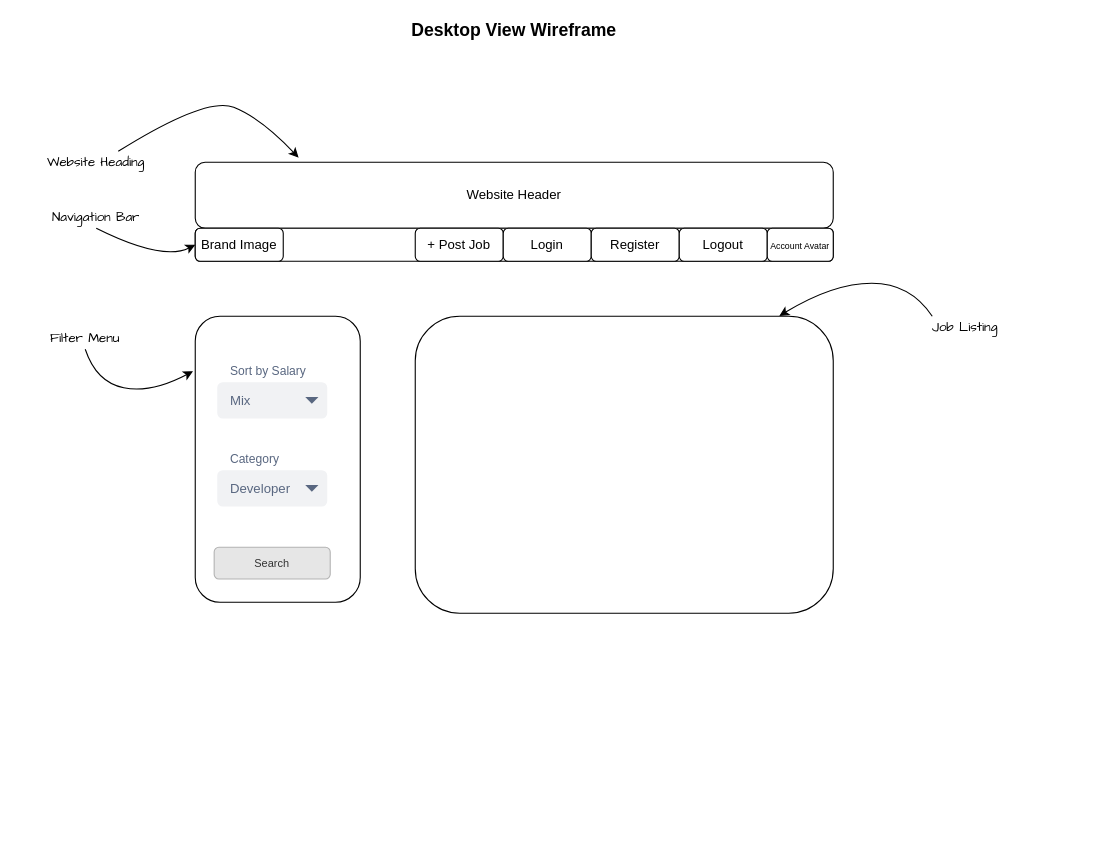
Earlier version of the draw.io diagram page "Home Page Wireframe" (3 of 3) of miyabi bonsai .drawio (aungkoman/html_test). Source tidied: cells renumbered, new cells numbered last; positions are measured from the earlier drawing's top-left corner, leaving out a move shared by most shapes. Both pictures are drawn from the tidied source at 110%, with x=0, y=0 at pixel (19, 19).
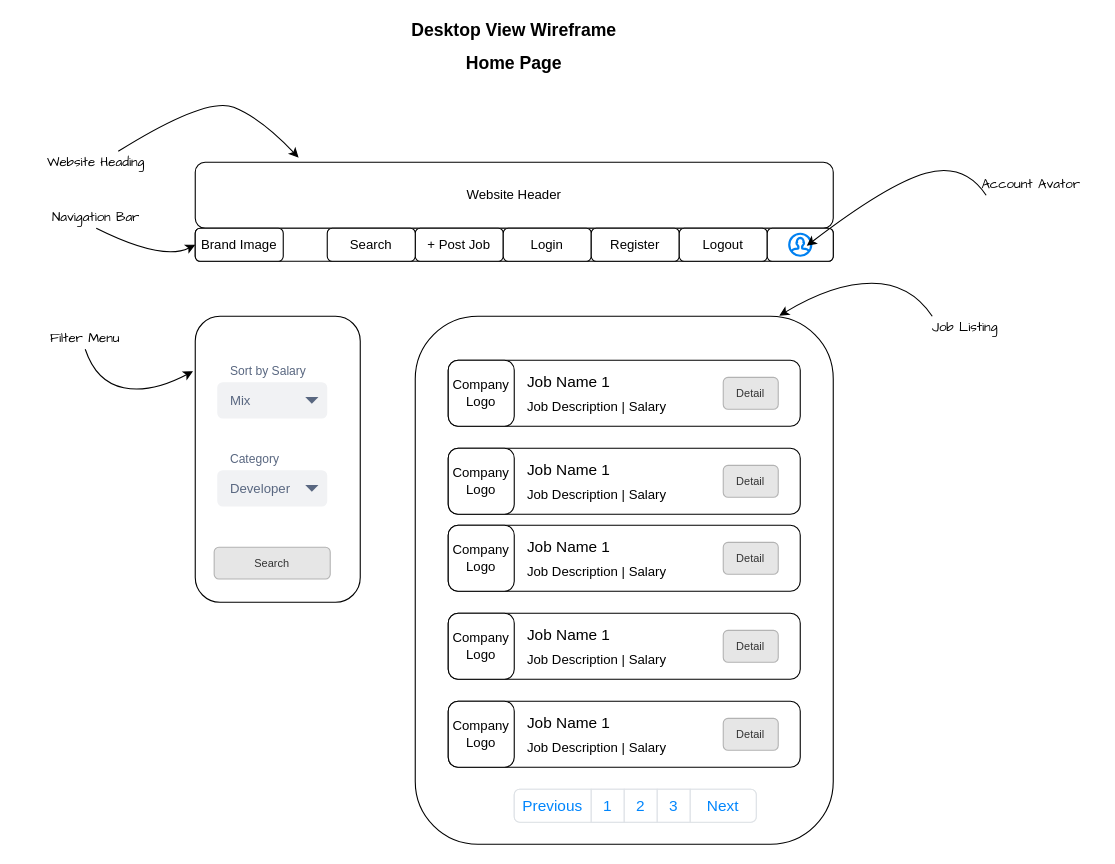
The same page after the edit.

Commit message:
home page wireframe update

Change to the diagram source:
```diff
@@
-    <mxCell id="10" value="&lt;font style=&quot;font-size: 8px&quot;&gt;Account Avatar&lt;/font&gt;" style="rounded=1;whiteSpace=wrap;html=1;" parent="1" vertex="1">
+    <mxCell id="10" style="rounded=1;whiteSpace=wrap;html=1;" parent="1" vertex="1">
       <mxGeometry x="680" y="190" width="60" height="30" as="geometry" />
     </mxCell>
@@
     <mxCell id="25" style="rounded=1;whiteSpace=wrap;html=1;" parent="1" vertex="1">
-      <mxGeometry x="360" y="270" width="380" height="270" as="geometry" />
+      <mxGeometry x="360" y="270" width="380" height="480" as="geometry" />
     </mxCell>
@@
+    <mxCell id="28" style="group;" parent="1" vertex="1">
+      <mxGeometry x="390" y="310" width="320" height="60" as="geometry" />
+    </mxCell>
+    <mxCell id="29" style="rounded=1;whiteSpace=wrap;html=1;" parent="28" vertex="1">
+      <mxGeometry width="320" height="60" as="geometry" />
+    </mxCell>
+    <mxCell id="30" value="&lt;font style=&quot;font-size: 14px&quot;&gt;Job Name 1&lt;/font&gt;" style="text;html=1;strokeColor=none;fillColor=none;align=left;verticalAlign=middle;whiteSpace=wrap;rounded=0;" parent="28" vertex="1">
+      <mxGeometry x="70" y="10" width="85" height="20" as="geometry" />
+    </mxCell>
+    <mxCell id="31" value="Job Description | Salary" style="text;html=1;strokeColor=none;fillColor=none;align=left;verticalAlign=middle;whiteSpace=wrap;rounded=0;" parent="28" vertex="1">
+      <mxGeometry x="70" y="33" width="140" height="20" as="geometry" />
+    </mxCell>
+    <mxCell id="32" value="Detail" style="rounded=1;html=1;shadow=0;dashed=0;whiteSpace=wrap;fontSize=10;fillColor=#E6E6E6;align=center;strokeColor=#B3B3B3;fontColor=#333333;" parent="28" vertex="1">
+      <mxGeometry x="250" y="15.6" width="50" height="28.9" as="geometry" />
+    </mxCell>
+    <mxCell id="33" value="Company Logo" style="rounded=1;whiteSpace=wrap;html=1;" parent="28" vertex="1">
+      <mxGeometry width="60" height="60" as="geometry" />
+    </mxCell>
+    <mxCell id="34" style="group;" parent="1" vertex="1">
+      <mxGeometry x="390" y="390" width="320" height="60" as="geometry" />
+    </mxCell>
+    <mxCell id="35" style="rounded=1;whiteSpace=wrap;html=1;" parent="34" vertex="1">
+      <mxGeometry width="320" height="60" as="geometry" />
+    </mxCell>
+    <mxCell id="36" value="&lt;font style=&quot;font-size: 14px&quot;&gt;Job Name 1&lt;/font&gt;" style="text;html=1;strokeColor=none;fillColor=none;align=left;verticalAlign=middle;whiteSpace=wrap;rounded=0;" parent="34" vertex="1">
+      <mxGeometry x="70" y="10" width="85" height="20" as="geometry" />
+    </mxCell>
+    <mxCell id="37" value="Job Description | Salary" style="text;html=1;strokeColor=none;fillColor=none;align=left;verticalAlign=middle;whiteSpace=wrap;rounded=0;" parent="34" vertex="1">
+      <mxGeometry x="70" y="33" width="140" height="20" as="geometry" />
+    </mxCell>
+    <mxCell id="38" value="Detail" style="rounded=1;html=1;shadow=0;dashed=0;whiteSpace=wrap;fontSize=10;fillColor=#E6E6E6;align=center;strokeColor=#B3B3B3;fontColor=#333333;" parent="34" vertex="1">
+      <mxGeometry x="250" y="15.6" width="50" height="28.9" as="geometry" />
+    </mxCell>
+    <mxCell id="39" value="Company Logo" style="rounded=1;whiteSpace=wrap;html=1;" parent="34" vertex="1">
+      <mxGeometry width="60" height="60" as="geometry" />
+    </mxCell>
+    <mxCell id="40" style="group;" parent="1" vertex="1">
+      <mxGeometry x="390" y="460" width="320" height="60" as="geometry" />
+    </mxCell>
+    <mxCell id="41" style="rounded=1;whiteSpace=wrap;html=1;" parent="40" vertex="1">
+      <mxGeometry width="320" height="60" as="geometry" />
+    </mxCell>
+    <mxCell id="42" value="&lt;font style=&quot;font-size: 14px&quot;&gt;Job Name 1&lt;/font&gt;" style="text;html=1;strokeColor=none;fillColor=none;align=left;verticalAlign=middle;whiteSpace=wrap;rounded=0;" parent="40" vertex="1">
+      <mxGeometry x="70" y="10" width="85" height="20" as="geometry" />
+    </mxCell>
+    <mxCell id="43" value="Job Description | Salary" style="text;html=1;strokeColor=none;fillColor=none;align=left;verticalAlign=middle;whiteSpace=wrap;rounded=0;" parent="40" vertex="1">
+      <mxGeometry x="70" y="33" width="140" height="20" as="geometry" />
+    </mxCell>
+    <mxCell id="44" value="Detail" style="rounded=1;html=1;shadow=0;dashed=0;whiteSpace=wrap;fontSize=10;fillColor=#E6E6E6;align=center;strokeColor=#B3B3B3;fontColor=#333333;" parent="40" vertex="1">
+      <mxGeometry x="250" y="15.6" width="50" height="28.9" as="geometry" />
+    </mxCell>
+    <mxCell id="45" value="Company Logo" style="rounded=1;whiteSpace=wrap;html=1;" parent="40" vertex="1">
+      <mxGeometry width="60" height="60" as="geometry" />
+    </mxCell>
+    <mxCell id="46" style="group;" parent="1" vertex="1">
+      <mxGeometry x="390" y="540" width="320" height="60" as="geometry" />
+    </mxCell>
+    <mxCell id="47" style="rounded=1;whiteSpace=wrap;html=1;" parent="46" vertex="1">
+      <mxGeometry width="320" height="60" as="geometry" />
+    </mxCell>
+    <mxCell id="48" value="&lt;font style=&quot;font-size: 14px&quot;&gt;Job Name 1&lt;/font&gt;" style="text;html=1;strokeColor=none;fillColor=none;align=left;verticalAlign=middle;whiteSpace=wrap;rounded=0;" parent="46" vertex="1">
+      <mxGeometry x="70" y="10" width="85" height="20" as="geometry" />
+    </mxCell>
+    <mxCell id="49" value="Job Description | Salary" style="text;html=1;strokeColor=none;fillColor=none;align=left;verticalAlign=middle;whiteSpace=wrap;rounded=0;" parent="46" vertex="1">
+      <mxGeometry x="70" y="33" width="140" height="20" as="geometry" />
+    </mxCell>
+    <mxCell id="50" value="Detail" style="rounded=1;html=1;shadow=0;dashed=0;whiteSpace=wrap;fontSize=10;fillColor=#E6E6E6;align=center;strokeColor=#B3B3B3;fontColor=#333333;" parent="46" vertex="1">
+      <mxGeometry x="250" y="15.6" width="50" height="28.9" as="geometry" />
+    </mxCell>
+    <mxCell id="51" value="Company Logo" style="rounded=1;whiteSpace=wrap;html=1;" parent="46" vertex="1">
+      <mxGeometry width="60" height="60" as="geometry" />
+    </mxCell>
+    <mxCell id="52" style="group;" parent="1" vertex="1">
+      <mxGeometry x="390" y="620" width="320" height="60" as="geometry" />
+    </mxCell>
+    <mxCell id="53" style="rounded=1;whiteSpace=wrap;html=1;" parent="52" vertex="1">
+      <mxGeometry width="320" height="60" as="geometry" />
+    </mxCell>
+    <mxCell id="54" value="&lt;font style=&quot;font-size: 14px&quot;&gt;Job Name 1&lt;/font&gt;" style="text;html=1;strokeColor=none;fillColor=none;align=left;verticalAlign=middle;whiteSpace=wrap;rounded=0;" parent="52" vertex="1">
+      <mxGeometry x="70" y="10" width="85" height="20" as="geometry" />
+    </mxCell>
+    <mxCell id="55" value="Job Description | Salary" style="text;html=1;strokeColor=none;fillColor=none;align=left;verticalAlign=middle;whiteSpace=wrap;rounded=0;" parent="52" vertex="1">
+      <mxGeometry x="70" y="33" width="140" height="20" as="geometry" />
+    </mxCell>
+    <mxCell id="56" value="Detail" style="rounded=1;html=1;shadow=0;dashed=0;whiteSpace=wrap;fontSize=10;fillColor=#E6E6E6;align=center;strokeColor=#B3B3B3;fontColor=#333333;" parent="52" vertex="1">
+      <mxGeometry x="250" y="15.6" width="50" height="28.9" as="geometry" />
+    </mxCell>
+    <mxCell id="57" value="Company Logo" style="rounded=1;whiteSpace=wrap;html=1;" parent="52" vertex="1">
+      <mxGeometry width="60" height="60" as="geometry" />
+    </mxCell>
+    <mxCell id="58" style="html=1;shadow=0;dashed=0;shape=mxgraph.bootstrap.rrect;rSize=5;strokeColor=#DEE2E6;html=1;whiteSpace=wrap;fillColor=#ffffff;fontColor=#0085FC;fontSize=14;" parent="1" vertex="1">
+      <mxGeometry x="450" y="700" width="220" height="30" as="geometry" />
+    </mxCell>
+    <mxCell id="59" value="Previous" style="strokeColor=inherit;fillColor=inherit;gradientColor=inherit;fontColor=inherit;html=1;shadow=0;dashed=0;shape=mxgraph.bootstrap.leftButton;rSize=5;perimeter=none;whiteSpace=wrap;fontSize=14;" parent="58" vertex="1">
+      <mxGeometry width="70" height="30" relative="1" as="geometry" />
+    </mxCell>
+    <mxCell id="60" value="1" style="strokeColor=inherit;fillColor=inherit;gradientColor=inherit;fontColor=inherit;html=1;shadow=0;dashed=0;perimeter=none;whiteSpace=wrap;fontSize=14;" parent="58" vertex="1">
+      <mxGeometry width="30" height="30" relative="1" as="geometry">
+        <mxPoint x="70" as="offset" />
+      </mxGeometry>
+    </mxCell>
+    <mxCell id="61" value="2" style="strokeColor=inherit;fillColor=inherit;gradientColor=inherit;fontColor=inherit;html=1;shadow=0;dashed=0;perimeter=none;whiteSpace=wrap;fontSize=14;" parent="58" vertex="1">
+      <mxGeometry width="30" height="30" relative="1" as="geometry">
+        <mxPoint x="100" as="offset" />
+      </mxGeometry>
+    </mxCell>
+    <mxCell id="62" value="3" style="strokeColor=inherit;fillColor=inherit;gradientColor=inherit;fontColor=inherit;html=1;shadow=0;dashed=0;perimeter=none;whiteSpace=wrap;fontSize=14;" parent="58" vertex="1">
+      <mxGeometry width="30" height="30" relative="1" as="geometry">
+        <mxPoint x="130" as="offset" />
+      </mxGeometry>
+    </mxCell>
+    <mxCell id="63" value="Next" style="strokeColor=inherit;fillColor=inherit;gradientColor=inherit;fontColor=inherit;html=1;shadow=0;dashed=0;shape=mxgraph.bootstrap.rightButton;rSize=5;perimeter=none;whiteSpace=wrap;fontSize=14;" parent="58" vertex="1">
+      <mxGeometry x="1" width="60" height="30" relative="1" as="geometry">
+        <mxPoint x="-60" as="offset" />
+      </mxGeometry>
+    </mxCell>
+    <mxCell id="64" style="html=1;verticalLabelPosition=bottom;align=center;labelBackgroundColor=#ffffff;verticalAlign=top;strokeWidth=2;strokeColor=#0080F0;shadow=0;dashed=0;shape=mxgraph.ios7.icons.user;" parent="1" vertex="1">
+      <mxGeometry x="700" y="195" width="20" height="20" as="geometry" />
+    </mxCell>
+    <mxCell id="65" value="&lt;font face=&quot;Comic Sans MS&quot;&gt;Account Avator&lt;/font&gt;" style="text;html=1;strokeColor=none;fillColor=none;align=center;verticalAlign=middle;whiteSpace=wrap;rounded=0;" parent="1" vertex="1">
+      <mxGeometry x="860" y="140" width="120" height="20" as="geometry" />
+    </mxCell>
+    <mxCell id="66" style="curved=1;endArrow=classic;html=1;exitX=0.25;exitY=0;exitDx=0;exitDy=0;entryX=0.797;entryY=0.547;entryDx=0;entryDy=0;entryPerimeter=0;" parent="1" edge="1" target="64">
+      <mxGeometry relative="1" as="geometry">
+        <mxPoint x="879" y="160" as="sourcePoint" />
+        <Array as="points">
+          <mxPoint x="859" y="130" />
+          <mxPoint x="789" y="150" />
+        </Array>
+      </mxGeometry>
+    </mxCell>
+    <mxCell id="67" value="&lt;b&gt;&lt;font style=&quot;font-size: 16px&quot;&gt;Home Page&lt;/font&gt;&lt;/b&gt;" style="text;html=1;strokeColor=none;fillColor=none;align=center;verticalAlign=middle;whiteSpace=wrap;rounded=0;" parent="1" vertex="1">
+      <mxGeometry x="340" y="30" width="220" height="20" as="geometry" />
+    </mxCell>
+    <mxCell id="68" value="Search" style="rounded=1;whiteSpace=wrap;html=1;" parent="1" vertex="1">
+      <mxGeometry x="280" y="190" width="80" height="30" as="geometry" />
+    </mxCell>
```
